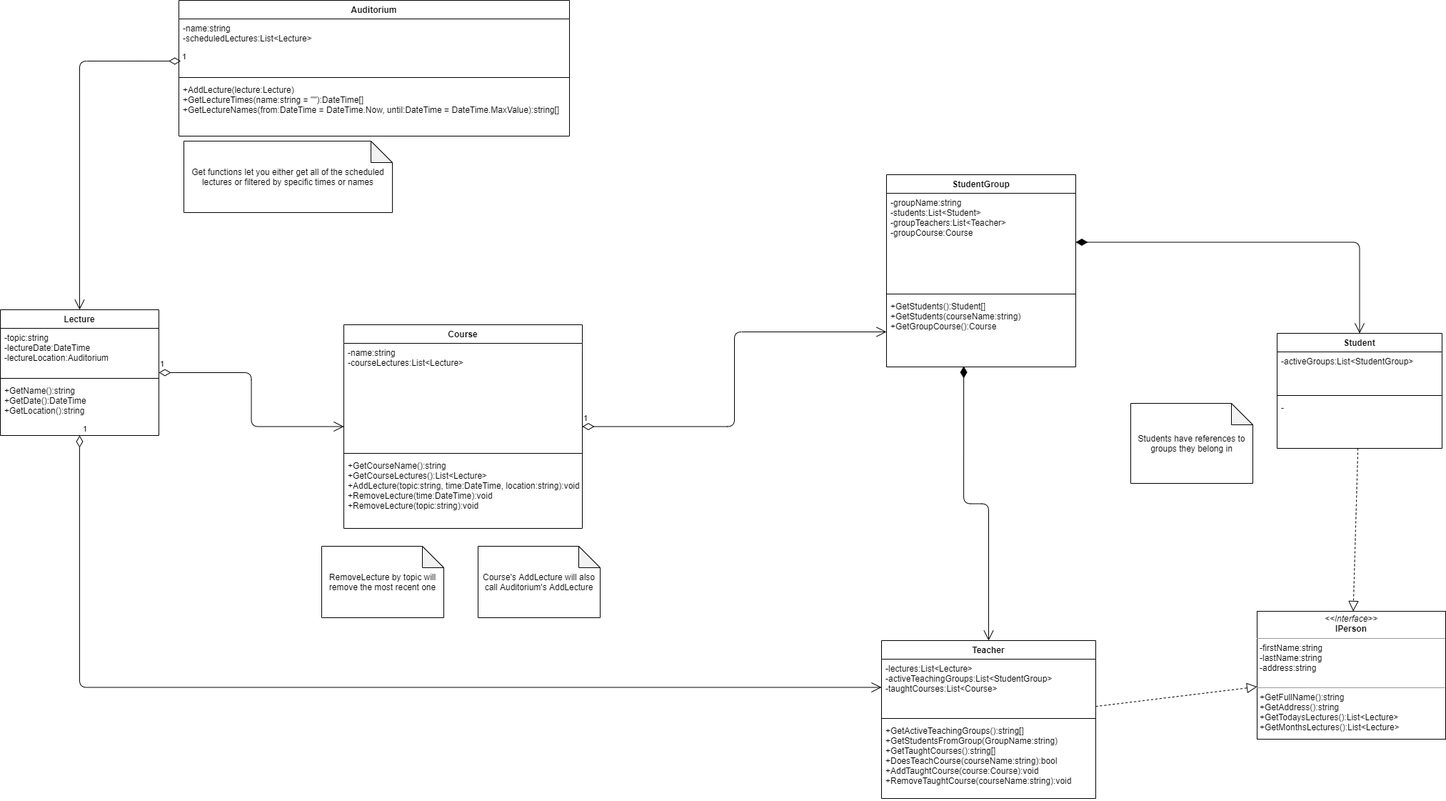
The draw.io diagram University.png in igor2080/University, before a commit. Source tidied: cells renumbered, new cells last; positions are measured from the earlier drawing's top-left corner, leaving out a move shared by most shapes.
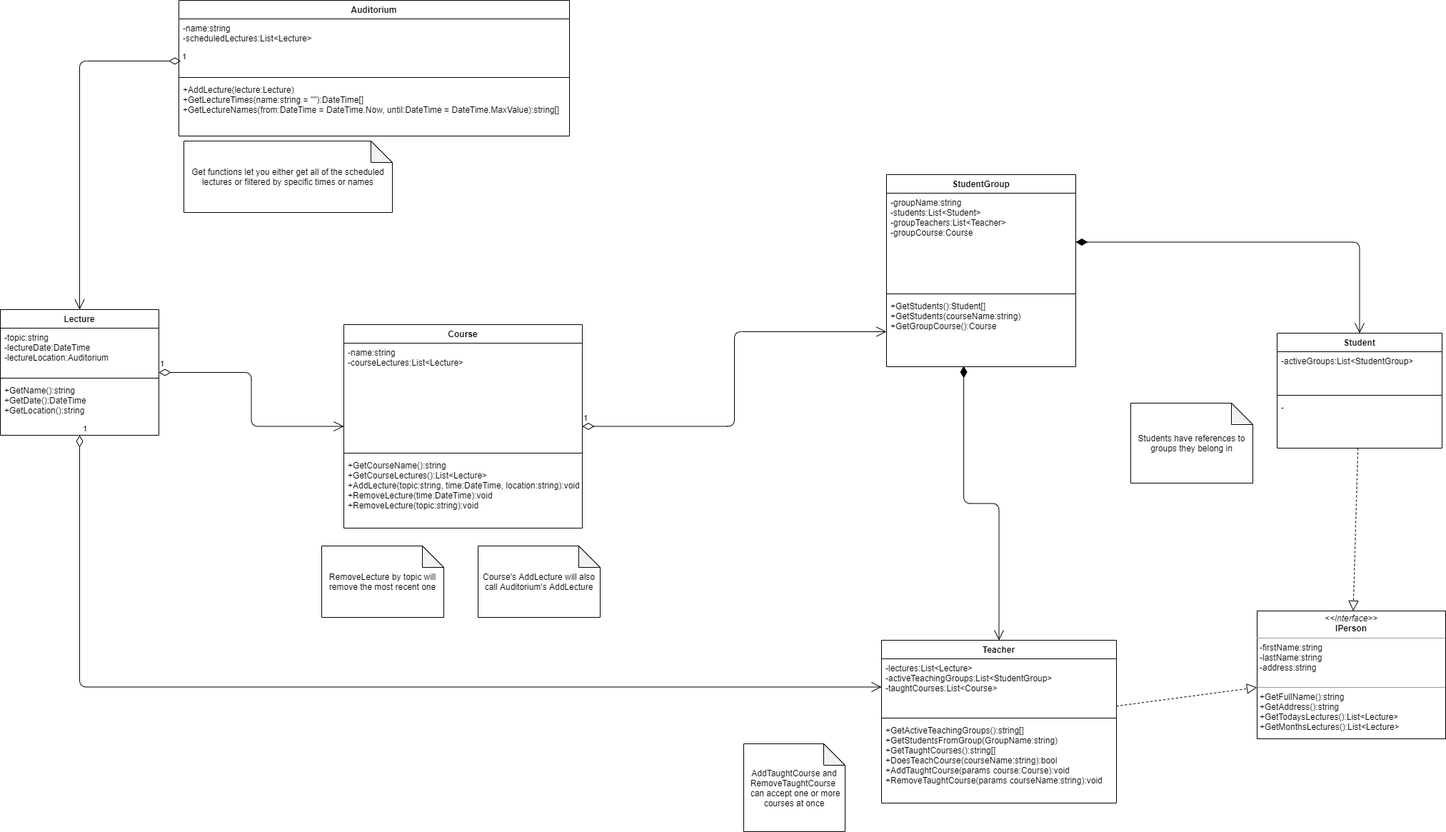
Above is the later version.

Commit message:
added taught subjects by teachers

Change to the diagram source:
```diff
@@ -66,16 +66,16 @@
       <mxGeometry x="257" y="197" width="292" height="100" as="geometry" />
     </mxCell>
     <mxCell id="23" value="Teacher" style="swimlane;fontStyle=1;align=center;verticalAlign=top;horizontal=1;startSize=26;" parent="1" vertex="1">
-      <mxGeometry x="1234" y="896" width="300" height="221" as="geometry" />
+      <mxGeometry x="1234" y="896" width="329" height="228" as="geometry" />
     </mxCell>
     <mxCell id="24" value="-lectures:List&lt;Lecture&gt;&#10;-activeTeachingGroups:List&lt;StudentGroup&gt;&#10;-taughtCourses:List&lt;Course&gt;" style="text;strokeColor=none;fillColor=none;align=left;verticalAlign=top;spacingLeft=4;spacingRight=4;overflow=hidden;points=[[0,0.5],[1,0.5]];portConstraint=eastwest;" parent="23" vertex="1">
-      <mxGeometry y="26" width="300" height="79" as="geometry" />
+      <mxGeometry y="26" width="329" height="79" as="geometry" />
     </mxCell>
     <mxCell id="25" style="line;strokeWidth=1;fillColor=none;align=left;verticalAlign=middle;spacingTop=-1;spacingLeft=3;spacingRight=3;labelPosition=right;" parent="23" vertex="1">
-      <mxGeometry y="105" width="300" height="8" as="geometry" />
+      <mxGeometry y="105" width="329" height="8" as="geometry" />
     </mxCell>
-    <mxCell id="26" value="+GetActiveTeachingGroups():string[]&#10;+GetStudentsFromGroup(GroupName:string)&#10;+GetTaughtCourses():string[]&#10;+DoesTeachCourse(courseName:string):bool&#10;+AddTaughtCourse(course:Course):void&#10;+RemoveTaughtCourse(courseName:string):void&#10;" style="text;strokeColor=none;fillColor=none;align=left;verticalAlign=top;spacingLeft=4;spacingRight=4;overflow=hidden;" parent="23" vertex="1">
-      <mxGeometry y="113" width="300" height="108" as="geometry" />
+    <mxCell id="26" value="+GetActiveTeachingGroups():string[]&#10;+GetStudentsFromGroup(GroupName:string)&#10;+GetTaughtCourses():string[]&#10;+DoesTeachCourse(courseName:string):bool&#10;+AddTaughtCourse(params course:Course):void&#10;+RemoveTaughtCourse(params courseName:string):void&#10;" style="text;strokeColor=none;fillColor=none;align=left;verticalAlign=top;spacingLeft=4;spacingRight=4;overflow=hidden;" parent="23" vertex="1">
+      <mxGeometry y="113" width="329" height="115" as="geometry" />
     </mxCell>
     <mxCell id="27" value="&lt;p style=&quot;margin: 0px ; margin-top: 4px ; text-align: center&quot;&gt;&lt;i&gt;&amp;lt;&amp;lt;Interface&amp;gt;&amp;gt;&lt;/i&gt;&lt;br&gt;&lt;b&gt;IPerson&lt;/b&gt;&lt;/p&gt;&lt;hr size=&quot;1&quot;&gt;&lt;p style=&quot;margin: 0px ; margin-left: 4px&quot;&gt;-firstName:string&lt;br&gt;-lastName:string&lt;br&gt;-address:string&lt;br&gt;&lt;br&gt;&lt;/p&gt;&lt;hr size=&quot;1&quot;&gt;&lt;p style=&quot;margin: 0px ; margin-left: 4px&quot;&gt;&lt;span&gt;+GetFullName():string&lt;/span&gt;&lt;br&gt;&lt;/p&gt;&lt;p style=&quot;margin: 0px ; margin-left: 4px&quot;&gt;+GetAddress():string&lt;/p&gt;&lt;p style=&quot;margin: 0px ; margin-left: 4px&quot;&gt;+GetTodaysLectures():List&amp;lt;Lecture&amp;gt;&lt;br style=&quot;padding: 0px ; margin: 0px&quot;&gt;+GetMonthsLectures():List&amp;lt;Lecture&amp;gt;&lt;br&gt;&lt;br&gt;&lt;/p&gt;" style="verticalAlign=top;align=left;overflow=fill;fontSize=12;fontFamily=Helvetica;html=1;" parent="1" vertex="1">
       <mxGeometry x="1760" y="855" width="264" height="179" as="geometry" />
@@ -113,5 +113,8 @@
     <mxCell id="38" style="endArrow=open;html=1;endSize=12;startArrow=diamondThin;startSize=14;startFill=1;edgeStyle=orthogonalEdgeStyle;align=left;verticalAlign=bottom;exitX=0.408;exitY=0.99;exitDx=0;exitDy=0;exitPerimeter=0;" parent="1" edge="1" source="34" target="23">
       <mxGeometry x="-1" y="3" relative="1" as="geometry" />
     </mxCell>
+    <mxCell id="39" value="AddTaughtCourse and RemoveTaughtCourse&amp;nbsp;&lt;br&gt;&amp;nbsp;can accept one or more courses at once" style="shape=note;whiteSpace=wrap;html=1;backgroundOutline=1;darkOpacity=0.05;" parent="1" vertex="1">
+      <mxGeometry x="1041" y="1041" width="142" height="123" as="geometry" />
+    </mxCell>
   </root>
 </mxGraphModel>
```
